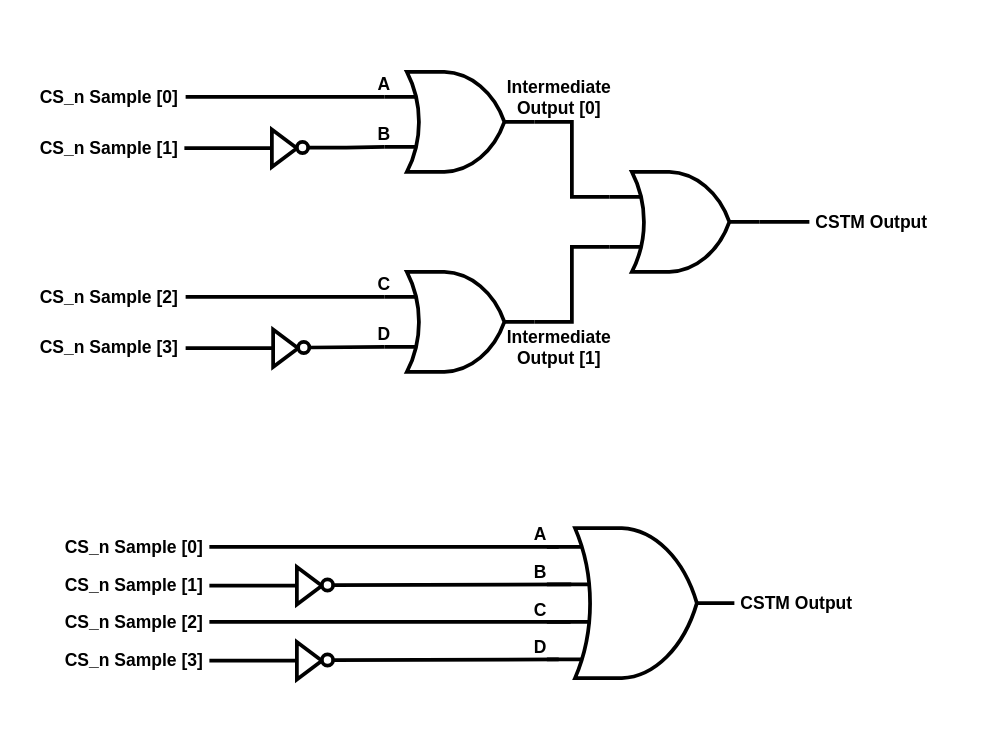
Earlier version of the draw.io diagram docs/images/commandbustraining/cstmlogic.drawio (shingaridavesh/memoryandarchitecture). Source tidied: cells renumbered, new cells numbered last; positions are measured from the earlier drawing's top-left corner, leaving out a move shared by most shapes. Both pictures are drawn from the tidied source at 125%, with x=0, y=0 at pixel (34, 71).
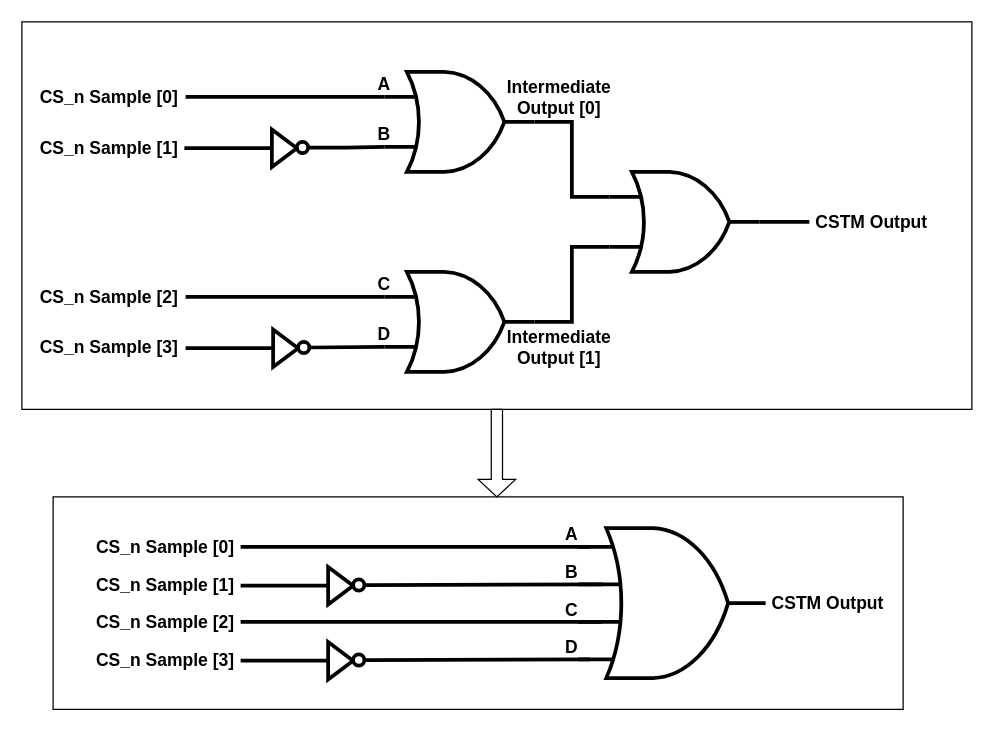
After the change.

Diff of the diagram source:
```diff
@@
+    <mxCell id="49" style="rounded=0;whiteSpace=wrap;html=1;" parent="1" vertex="1">
+      <mxGeometry x="15" y="340" width="680" height="170" as="geometry" />
+    </mxCell>
+    <mxCell id="50" style="rounded=0;whiteSpace=wrap;html=1;" parent="1" vertex="1">
+      <mxGeometry x="-10" y="-40" width="760" height="310" as="geometry" />
+    </mxCell>
@@
     <mxCell id="25" style="edgeStyle=orthogonalEdgeStyle;rounded=0;orthogonalLoop=1;jettySize=auto;html=1;endArrow=none;endFill=0;strokeWidth=3;" parent="1" edge="1">
       <mxGeometry relative="1" as="geometry">
-        <mxPoint x="419.5" y="380" as="sourcePoint" />
-        <mxPoint x="140" y="380" as="targetPoint" />
+        <mxPoint x="444.5" y="380" as="sourcePoint" />
+        <mxPoint x="165" y="380" as="targetPoint" />
       </mxGeometry>
     </mxCell>
     <mxCell id="26" style="edgeStyle=orthogonalEdgeStyle;rounded=0;jettySize=auto;html=1;endArrow=none;endFill=0;strokeWidth=3;entryX=1;entryY=0.5;entryDx=0;entryDy=0;" parent="1" edge="1" target="31">
       <mxGeometry relative="1" as="geometry">
-        <mxPoint x="429.5" y="410" as="sourcePoint" />
+        <mxPoint x="454.5" y="410" as="sourcePoint" />
       </mxGeometry>
     </mxCell>
     <mxCell id="27" style="edgeStyle=orthogonalEdgeStyle;rounded=0;orthogonalLoop=1;jettySize=auto;html=1;endArrow=none;endFill=0;strokeWidth=3;" parent="1" edge="1">
       <mxGeometry relative="1" as="geometry">
-        <mxPoint x="429" y="440" as="sourcePoint" />
-        <mxPoint x="140" y="440" as="targetPoint" />
+        <mxPoint x="454" y="440" as="sourcePoint" />
+        <mxPoint x="165" y="440" as="targetPoint" />
       </mxGeometry>
     </mxCell>
     <mxCell id="28" style="edgeStyle=orthogonalEdgeStyle;rounded=0;jettySize=auto;html=1;endArrow=none;endFill=0;strokeWidth=3;entryX=1;entryY=0.5;entryDx=0;entryDy=0;" parent="1" edge="1" target="34">
       <mxGeometry relative="1" as="geometry">
-        <mxPoint x="419.5" y="470" as="sourcePoint" />
+        <mxPoint x="444.5" y="470" as="sourcePoint" />
       </mxGeometry>
     </mxCell>
     <mxCell id="29" style="edgeStyle=orthogonalEdgeStyle;rounded=0;jettySize=auto;html=1;endArrow=none;endFill=0;strokeWidth=3;" parent="1" edge="1" source="30">
       <mxGeometry relative="1" as="geometry">
-        <mxPoint x="140" y="411" as="targetPoint" />
+        <mxPoint x="165" y="411" as="targetPoint" />
       </mxGeometry>
     </mxCell>
     <mxCell id="30" style="triangle;whiteSpace=wrap;html=1;strokeWidth=3;" parent="1" vertex="1">
-      <mxGeometry x="210" y="396" width="20" height="30" as="geometry" />
+      <mxGeometry x="235" y="396" width="20" height="30" as="geometry" />
     </mxCell>
     <mxCell id="31" style="ellipse;whiteSpace=wrap;html=1;strokeWidth=3;" parent="1" vertex="1">
-      <mxGeometry x="230" y="406" width="9" height="9" as="geometry" />
+      <mxGeometry x="255" y="406" width="9" height="9" as="geometry" />
     </mxCell>
     <mxCell id="32" style="edgeStyle=orthogonalEdgeStyle;rounded=0;jettySize=auto;html=1;endArrow=none;endFill=0;strokeWidth=3;" parent="1" edge="1" source="33">
       <mxGeometry relative="1" as="geometry">
-        <mxPoint x="140" y="471" as="targetPoint" />
+        <mxPoint x="165" y="471" as="targetPoint" />
       </mxGeometry>
     </mxCell>
     <mxCell id="33" style="triangle;whiteSpace=wrap;html=1;strokeWidth=3;" parent="1" vertex="1">
-      <mxGeometry x="210" y="456" width="20" height="30" as="geometry" />
+      <mxGeometry x="235" y="456" width="20" height="30" as="geometry" />
     </mxCell>
     <mxCell id="34" style="ellipse;whiteSpace=wrap;html=1;strokeWidth=3;" parent="1" vertex="1">
-      <mxGeometry x="230" y="466" width="9" height="9" as="geometry" />
+      <mxGeometry x="255" y="466" width="9" height="9" as="geometry" />
     </mxCell>
     <mxCell id="35" value="CS_n Sample [0]" style="text;html=1;align=center;verticalAlign=middle;whiteSpace=wrap;rounded=0;fontSize=14;fontStyle=1;" parent="1" vertex="1">
-      <mxGeometry x="20" y="370" width="120" height="20" as="geometry" />
+      <mxGeometry x="45" y="370" width="120" height="20" as="geometry" />
     </mxCell>
     <mxCell id="36" value="CS_n Sample [1]" style="text;html=1;align=center;verticalAlign=middle;whiteSpace=wrap;rounded=0;fontSize=14;fontStyle=1;" parent="1" vertex="1">
-      <mxGeometry x="20" y="400.5" width="120" height="20" as="geometry" />
+      <mxGeometry x="45" y="400.5" width="120" height="20" as="geometry" />
     </mxCell>
     <mxCell id="37" value="CS_n Sample [2]" style="text;html=1;align=center;verticalAlign=middle;whiteSpace=wrap;rounded=0;fontSize=14;fontStyle=1;" parent="1" vertex="1">
-      <mxGeometry x="20" y="430" width="120" height="20" as="geometry" />
+      <mxGeometry x="45" y="430" width="120" height="20" as="geometry" />
     </mxCell>
     <mxCell id="38" value="CS_n Sample [3]" style="text;html=1;align=center;verticalAlign=middle;whiteSpace=wrap;rounded=0;fontSize=14;fontStyle=1;" parent="1" vertex="1">
-      <mxGeometry x="20" y="461" width="120" height="20" as="geometry" />
+      <mxGeometry x="45" y="461" width="120" height="20" as="geometry" />
     </mxCell>
     <mxCell id="39" style="verticalLabelPosition=bottom;shadow=0;dashed=0;align=center;html=1;verticalAlign=top;shape=mxgraph.electrical.logic_gates.logic_gate;operation=or;numInputs=4;strokeWidth=3;" parent="1" vertex="1">
-      <mxGeometry x="410" y="365" width="150" height="120" as="geometry" />
+      <mxGeometry x="435" y="365" width="150" height="120" as="geometry" />
     </mxCell>
     <mxCell id="40" value="CSTM Output" style="text;html=1;align=center;verticalAlign=middle;whiteSpace=wrap;rounded=0;fontSize=14;fontStyle=1;" parent="1" vertex="1">
-      <mxGeometry x="560" y="415" width="100" height="20" as="geometry" />
+      <mxGeometry x="585" y="415" width="100" height="20" as="geometry" />
     </mxCell>
@@
     <mxCell id="45" value="A" style="text;html=1;align=center;verticalAlign=middle;whiteSpace=wrap;rounded=0;fontSize=14;fontStyle=1;" parent="1" vertex="1">
-      <mxGeometry x="385" y="360" width="40" height="20" as="geometry" />
+      <mxGeometry x="410" y="360" width="40" height="20" as="geometry" />
     </mxCell>
     <mxCell id="46" value="B" style="text;html=1;align=center;verticalAlign=middle;whiteSpace=wrap;rounded=0;fontSize=14;fontStyle=1;" parent="1" vertex="1">
-      <mxGeometry x="385" y="390" width="40" height="20" as="geometry" />
+      <mxGeometry x="410" y="390" width="40" height="20" as="geometry" />
     </mxCell>
     <mxCell id="47" value="C" style="text;html=1;align=center;verticalAlign=middle;whiteSpace=wrap;rounded=0;fontSize=14;fontStyle=1;" parent="1" vertex="1">
-      <mxGeometry x="385" y="420.5" width="40" height="20" as="geometry" />
+      <mxGeometry x="410" y="420.5" width="40" height="20" as="geometry" />
     </mxCell>
     <mxCell id="48" value="D" style="text;html=1;align=center;verticalAlign=middle;whiteSpace=wrap;rounded=0;fontSize=14;fontStyle=1;" parent="1" vertex="1">
-      <mxGeometry x="385" y="450" width="40" height="20" as="geometry" />
+      <mxGeometry x="410" y="450" width="40" height="20" as="geometry" />
     </mxCell>
+    <mxCell id="51" style="shape=singleArrow;direction=south;whiteSpace=wrap;html=1;" parent="1" vertex="1">
+      <mxGeometry x="355" y="270" width="30" height="70" as="geometry" />
+    </mxCell>
```
